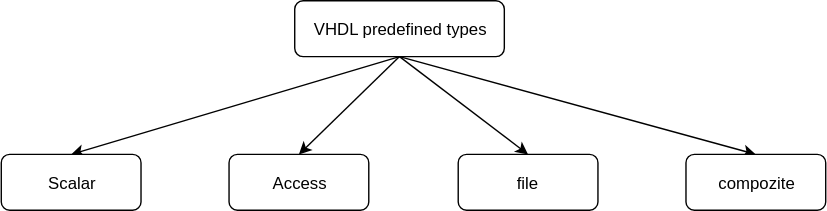
mohammadfayaj/Suport_HDL keeps this draw.io diagram as Curs_2_Limbaje_de_descriere_hardware/tipuri_de_date.svg. Above is the earlier version. Source tidied: cells renumbered, new cells last; positions are measured from the earlier drawing's top-left corner, leaving out a move shared by most shapes.
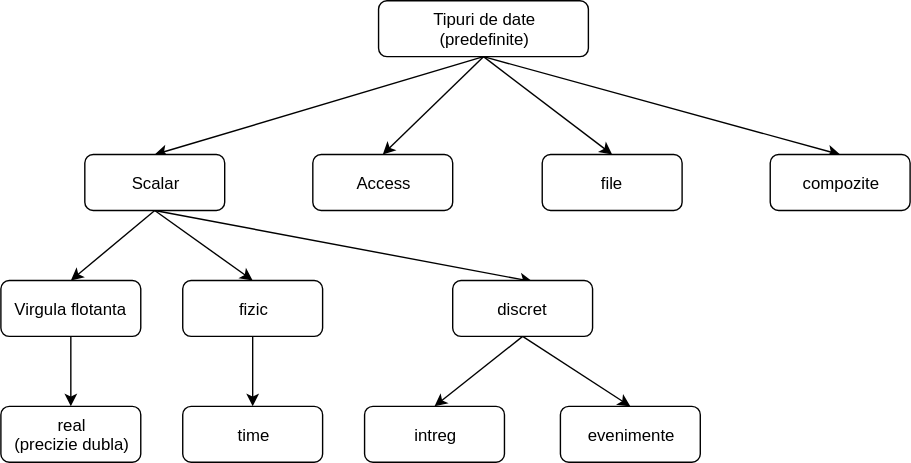
Later version of the same file.

Change to the diagram source:
```diff
@@ -14,9 +14,18 @@
     <mxCell id="5" style="edgeStyle=none;rounded=0;jettySize=auto;html=1;exitX=0.5;exitY=1;exitDx=0;exitDy=0;entryX=0.5;entryY=0;entryDx=0;entryDy=0;" parent="1" edge="1" source="6" target="10">
       <mxGeometry relative="1" as="geometry" />
     </mxCell>
-    <mxCell id="6" value="VHDL predefined types" style="rounded=1;whiteSpace=wrap;html=1;fontSize=12;glass=0;strokeWidth=1;shadow=0;" parent="1" vertex="1">
+    <mxCell id="6" value="Tipuri de date&lt;br&gt;(predefinite)" style="rounded=1;whiteSpace=wrap;html=1;fontSize=12;glass=0;strokeWidth=1;shadow=0;" parent="1" vertex="1">
       <mxGeometry x="210" width="150" height="40" as="geometry" />
     </mxCell>
+    <mxCell id="11" style="rounded=0;jettySize=auto;html=1;exitX=0.5;exitY=1;exitDx=0;exitDy=0;entryX=0.5;entryY=0;entryDx=0;entryDy=0;" parent="1" edge="1" source="7" target="15">
+      <mxGeometry relative="1" as="geometry" />
+    </mxCell>
+    <mxCell id="12" style="edgeStyle=none;rounded=0;jettySize=auto;html=1;exitX=0.5;exitY=1;exitDx=0;exitDy=0;entryX=0.5;entryY=0;entryDx=0;entryDy=0;" parent="1" edge="1" source="7" target="17">
+      <mxGeometry relative="1" as="geometry" />
+    </mxCell>
+    <mxCell id="13" style="edgeStyle=none;rounded=0;jettySize=auto;html=1;exitX=0.5;exitY=1;exitDx=0;exitDy=0;entryX=0.57;entryY=0.02;entryDx=0;entryDy=0;entryPerimeter=0;" parent="1" edge="1" source="7" target="22">
+      <mxGeometry relative="1" as="geometry" />
+    </mxCell>
     <mxCell id="7" value="Scalar" style="rounded=1;whiteSpace=wrap;html=1;fontSize=12;glass=0;strokeWidth=1;shadow=0;" parent="1" vertex="1">
       <mxGeometry y="110" width="100" height="40" as="geometry" />
     </mxCell>
@@ -29,5 +38,38 @@
     <mxCell id="10" value="compozite" style="rounded=1;whiteSpace=wrap;html=1;fontSize=12;glass=0;strokeWidth=1;shadow=0;" parent="1" vertex="1">
       <mxGeometry x="490" y="110" width="100" height="40" as="geometry" />
     </mxCell>
+    <mxCell id="14" style="edgeStyle=none;rounded=0;jettySize=auto;html=1;exitX=0.5;exitY=1;exitDx=0;exitDy=0;entryX=0.5;entryY=0;entryDx=0;entryDy=0;" parent="1" edge="1" source="15" target="18">
+      <mxGeometry relative="1" as="geometry" />
+    </mxCell>
+    <mxCell id="15" value="Virgula flotanta" style="rounded=1;whiteSpace=wrap;html=1;fontSize=12;glass=0;strokeWidth=1;shadow=0;" parent="1" vertex="1">
+      <mxGeometry x="-60" y="200" width="100" height="40" as="geometry" />
+    </mxCell>
+    <mxCell id="16" style="edgeStyle=none;rounded=0;jettySize=auto;html=1;exitX=0.5;exitY=1;exitDx=0;exitDy=0;entryX=0.5;entryY=0;entryDx=0;entryDy=0;" parent="1" edge="1" source="17" target="19">
+      <mxGeometry relative="1" as="geometry" />
+    </mxCell>
+    <mxCell id="17" value="fizic" style="rounded=1;whiteSpace=wrap;html=1;fontSize=12;glass=0;strokeWidth=1;shadow=0;" parent="1" vertex="1">
+      <mxGeometry x="70" y="200" width="100" height="40" as="geometry" />
+    </mxCell>
+    <mxCell id="18" value="real&lt;br&gt;(precizie dubla)" style="rounded=1;whiteSpace=wrap;html=1;fontSize=12;glass=0;strokeWidth=1;shadow=0;" parent="1" vertex="1">
+      <mxGeometry x="-60" y="290" width="100" height="40" as="geometry" />
+    </mxCell>
+    <mxCell id="19" value="time" style="rounded=1;whiteSpace=wrap;html=1;fontSize=12;glass=0;strokeWidth=1;shadow=0;" parent="1" vertex="1">
+      <mxGeometry x="70" y="290" width="100" height="40" as="geometry" />
+    </mxCell>
+    <mxCell id="20" style="rounded=0;jettySize=auto;html=1;exitX=0.5;exitY=1;exitDx=0;exitDy=0;entryX=0.5;entryY=0;entryDx=0;entryDy=0;" parent="1" edge="1" source="22" target="23">
+      <mxGeometry relative="1" as="geometry" />
+    </mxCell>
+    <mxCell id="21" style="edgeStyle=none;rounded=0;jettySize=auto;html=1;exitX=0.5;exitY=1;exitDx=0;exitDy=0;entryX=0.5;entryY=0;entryDx=0;entryDy=0;" parent="1" edge="1" source="22" target="24">
+      <mxGeometry relative="1" as="geometry" />
+    </mxCell>
+    <mxCell id="22" value="discret" style="rounded=1;whiteSpace=wrap;html=1;fontSize=12;glass=0;strokeWidth=1;shadow=0;" parent="1" vertex="1">
+      <mxGeometry x="263" y="200" width="100" height="40" as="geometry" />
+    </mxCell>
+    <mxCell id="23" value="intreg" style="rounded=1;whiteSpace=wrap;html=1;fontSize=12;glass=0;strokeWidth=1;shadow=0;" parent="1" vertex="1">
+      <mxGeometry x="200" y="290" width="100" height="40" as="geometry" />
+    </mxCell>
+    <mxCell id="24" value="evenimente" style="rounded=1;whiteSpace=wrap;html=1;fontSize=12;glass=0;strokeWidth=1;shadow=0;" parent="1" vertex="1">
+      <mxGeometry x="340" y="290" width="100" height="40" as="geometry" />
+    </mxCell>
   </root>
 </mxGraphModel>
```
